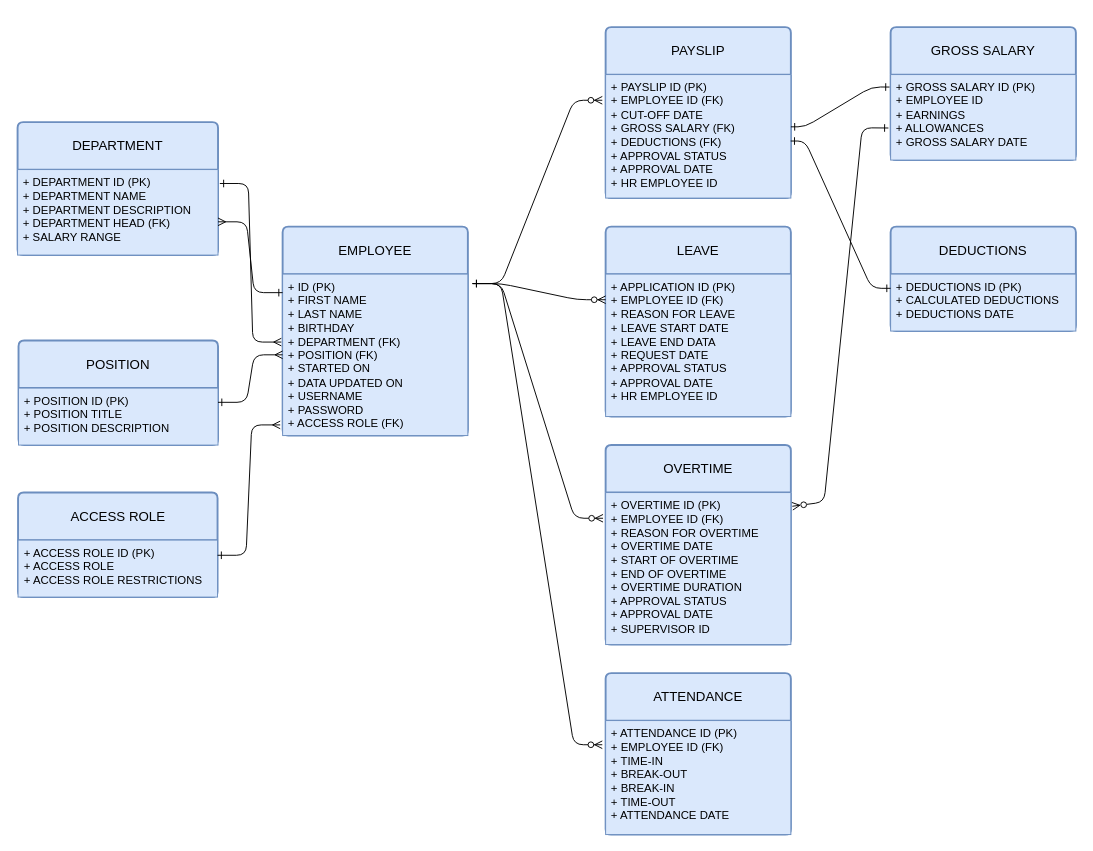
zephyrstorm123/MO-IT107-Worksheet3-ERD keeps this draw.io diagram as MO-IT107-ERD.drawio. Above is the earlier version. Source tidied: cells renumbered, new cells numbered last; positions are measured from the earlier drawing's top-left corner, leaving out a move shared by most shapes. Both pictures are drawn from the tidied source at 95%, with x=0, y=0 at pixel (-16, 27).
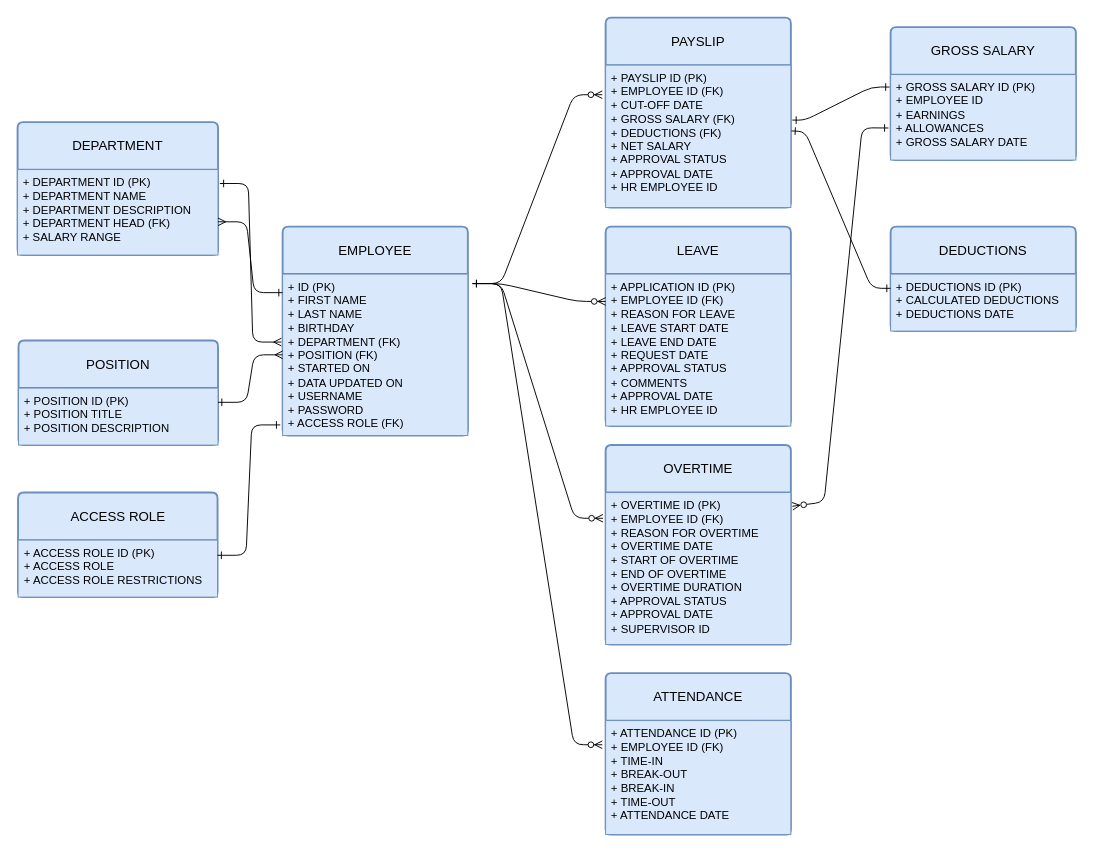
The same diagram, later.

Unchanged cells that the change refers to:
```xml
<mxCell id="3" value="+ ID (PK)&lt;br&gt;+ FIRST NAME&lt;br&gt;+ LAST NAME&lt;br&gt;+ BIRTHDAY&lt;br&gt;+ DEPARTMENT (FK)&lt;br&gt;+ POSITION (FK)&lt;br&gt;+ STARTED ON&lt;br&gt;+ DATA UPDATED ON&lt;br&gt;+ USERNAME&lt;br&gt;+ PASSWORD&lt;br&gt;+ ACCESS ROLE (FK)" style="align=left;strokeColor=#6c8ebf;fillColor=#dae8fc;spacingLeft=4;fontSize=12;verticalAlign=top;html=1;" parent="2" vertex="1">
  <mxGeometry y="50" width="195" height="170" as="geometry" />
</mxCell>
<mxCell id="25" value="+ DEDUCTIONS ID (PK)&lt;br&gt;+ CALCULATED DEDUCTIONS&lt;br&gt;+ DEDUCTIONS DATE" style="align=left;strokeColor=#6c8ebf;fillColor=#dae8fc;spacingLeft=4;fontSize=12;verticalAlign=top;html=1;" parent="24" vertex="1">
  <mxGeometry y="50" width="195" height="60" as="geometry" />
</mxCell>
<mxCell id="31" value="+ GROSS SALARY ID (PK)&lt;br&gt;+ EMPLOYEE ID&lt;br&gt;+ EARNINGS&lt;br&gt;+ ALLOWANCES&lt;br&gt;+ GROSS SALARY DATE" style="align=left;strokeColor=#6c8ebf;fillColor=#dae8fc;spacingLeft=4;fontSize=12;verticalAlign=top;html=1;" parent="30" vertex="1">
  <mxGeometry y="50" width="195" height="90" as="geometry" />
</mxCell>
```

Diff of the diagram source:
```diff
@@
     <mxCell id="4" value="LEAVE" style="swimlane;horizontal=1;startSize=50;rounded=1;fontSize=14;fontStyle=0;strokeWidth=2;shadow=0;dashed=0;align=center;arcSize=4;whiteSpace=wrap;html=1;fillColor=#dae8fc;strokeColor=#6c8ebf;" parent="1" vertex="1">
-      <mxGeometry x="654" y="210" width="195" height="200" as="geometry" />
+      <mxGeometry x="654" y="210" width="195" height="210" as="geometry" />
     </mxCell>
-    <mxCell id="5" value="+ APPLICATION ID (PK)&lt;br&gt;+ EMPLOYEE ID (FK)&lt;br&gt;+ REASON FOR LEAVE&lt;br&gt;+ LEAVE START DATE&lt;br&gt;+ LEAVE END DATA&lt;br&gt;+ REQUEST DATE&lt;br&gt;+ APPROVAL STATUS&lt;br&gt;+ APPROVAL DATE&lt;br&gt;+ HR EMPLOYEE ID" style="align=left;strokeColor=#6c8ebf;fillColor=#dae8fc;spacingLeft=4;fontSize=12;verticalAlign=top;html=1;" parent="4" vertex="1">
-      <mxGeometry y="50" width="195" height="150" as="geometry" />
+    <mxCell id="5" value="+ APPLICATION ID (PK)&lt;br&gt;+ EMPLOYEE ID (FK)&lt;br&gt;+ REASON FOR LEAVE&lt;br&gt;+ LEAVE START DATE&lt;br&gt;+ LEAVE END DATE&lt;br&gt;+ REQUEST DATE&lt;br&gt;+ APPROVAL STATUS&lt;br&gt;+ COMMENTS&lt;br&gt;+ APPROVAL DATE&lt;br&gt;+ HR EMPLOYEE ID" style="align=left;strokeColor=#6c8ebf;fillColor=#dae8fc;spacingLeft=4;fontSize=12;verticalAlign=top;html=1;" parent="4" vertex="1">
+      <mxGeometry y="50" width="195" height="160" as="geometry" />
     </mxCell>
     <mxCell id="6" value="PAYSLIP" style="swimlane;horizontal=1;startSize=50;rounded=1;fontSize=14;fontStyle=0;strokeWidth=2;shadow=0;dashed=0;align=center;arcSize=4;whiteSpace=wrap;html=1;fillColor=#dae8fc;strokeColor=#6c8ebf;" parent="1" vertex="1">
-      <mxGeometry x="654" width="195" height="180" as="geometry" />
+      <mxGeometry x="654" y="-10" width="195" height="200" as="geometry" />
     </mxCell>
-    <mxCell id="7" value="+ PAYSLIP ID (PK)&lt;br&gt;+ EMPLOYEE ID (FK)&lt;br&gt;+ CUT-OFF DATE&lt;br&gt;+ GROSS SALARY (FK)&lt;br&gt;+ DEDUCTIONS (FK)&lt;br&gt;+ APPROVAL STATUS&lt;br&gt;+ APPROVAL DATE&lt;br&gt;+ HR EMPLOYEE ID" style="align=left;strokeColor=#6c8ebf;fillColor=#dae8fc;spacingLeft=4;fontSize=12;verticalAlign=top;html=1;" parent="6" vertex="1">
-      <mxGeometry y="50" width="195" height="130" as="geometry" />
+    <mxCell id="7" value="+ PAYSLIP ID (PK)&lt;br&gt;+ EMPLOYEE ID (FK)&lt;br&gt;+ CUT-OFF DATE&lt;br&gt;+ GROSS SALARY (FK)&lt;br&gt;+ DEDUCTIONS (FK)&lt;br&gt;+ NET SALARY&lt;br&gt;+ APPROVAL STATUS&lt;br&gt;+ APPROVAL DATE&lt;br&gt;+ HR EMPLOYEE ID" style="align=left;strokeColor=#6c8ebf;fillColor=#dae8fc;spacingLeft=4;fontSize=12;verticalAlign=top;html=1;" parent="6" vertex="1">
+      <mxGeometry y="50" width="195" height="150" as="geometry" />
     </mxCell>
@@
-    <mxCell id="26" style="endArrow=ERone;html=1;rounded=1;entryX=0;entryY=0.25;entryDx=0;entryDy=0;exitX=0.999;exitY=0.538;exitDx=0;exitDy=0;exitPerimeter=0;startArrow=ERone;startFill=0;endFill=0;curved=0;" parent="1" edge="1" source="7" target="25">
+    <mxCell id="26" style="endArrow=ERone;html=1;rounded=1;entryX=0;entryY=0.25;entryDx=0;entryDy=0;exitX=1.003;exitY=0.462;exitDx=0;exitDy=0;exitPerimeter=0;startArrow=ERone;startFill=0;endFill=0;curved=0;" parent="1" edge="1" source="7" target="25">
       <mxGeometry relative="1" as="geometry">
         <Array as="points">
-          <mxPoint x="864" y="120" />
+          <mxPoint x="864" y="110" />
           <mxPoint x="934" y="275" />
         </Array>
       </mxGeometry>
     </mxCell>
@@
-    <mxCell id="29" style="edgeStyle=entityRelationEdgeStyle;endArrow=ERmany;startArrow=ERone;endFill=0;startFill=0;entryX=-0.013;entryY=0.934;entryDx=0;entryDy=0;entryPerimeter=0;exitX=1;exitY=0.25;exitDx=0;exitDy=0;" parent="1" edge="1" target="3">
+    <mxCell id="29" style="edgeStyle=entityRelationEdgeStyle;endArrow=ERone;startArrow=ERone;endFill=0;startFill=0;entryX=-0.013;entryY=0.934;entryDx=0;entryDy=0;entryPerimeter=0;exitX=1;exitY=0.25;exitDx=0;exitDy=0;" parent="1" edge="1" target="3">
       <mxGeometry relative="1" as="geometry">
         <mxPoint x="245.5" y="556" as="sourcePoint" />
         <Array as="points">
           <mxPoint x="19.5" y="234" />
           <mxPoint x="269.5" y="274" />
           <mxPoint x="159.5" y="284" />
           <mxPoint x="169.5" y="274" />
           <mxPoint x="-0.5" y="254" />
           <mxPoint x="-0.5" y="244" />
         </Array>
       </mxGeometry>
     </mxCell>
@@
-    <mxCell id="33" style="endArrow=ERone;html=1;rounded=1;entryX=-0.006;entryY=0.146;entryDx=0;entryDy=0;exitX=1;exitY=0.423;exitDx=0;exitDy=0;exitPerimeter=0;startArrow=ERone;startFill=0;endFill=0;curved=0;entryPerimeter=0;" parent="1" edge="1" source="7" target="31">
+    <mxCell id="33" style="endArrow=ERone;html=1;rounded=1;entryX=-0.006;entryY=0.146;entryDx=0;entryDy=0;exitX=1.008;exitY=0.386;exitDx=0;exitDy=0;exitPerimeter=0;startArrow=ERone;startFill=0;endFill=0;curved=0;entryPerimeter=0;" parent="1" edge="1" source="7" target="31">
       <mxGeometry relative="1" as="geometry">
         <Array as="points">
-          <mxPoint x="864" y="105" />
+          <mxPoint x="864" y="98" />
           <mxPoint x="934" y="63" />
         </Array>
       </mxGeometry>
     </mxCell>
```
